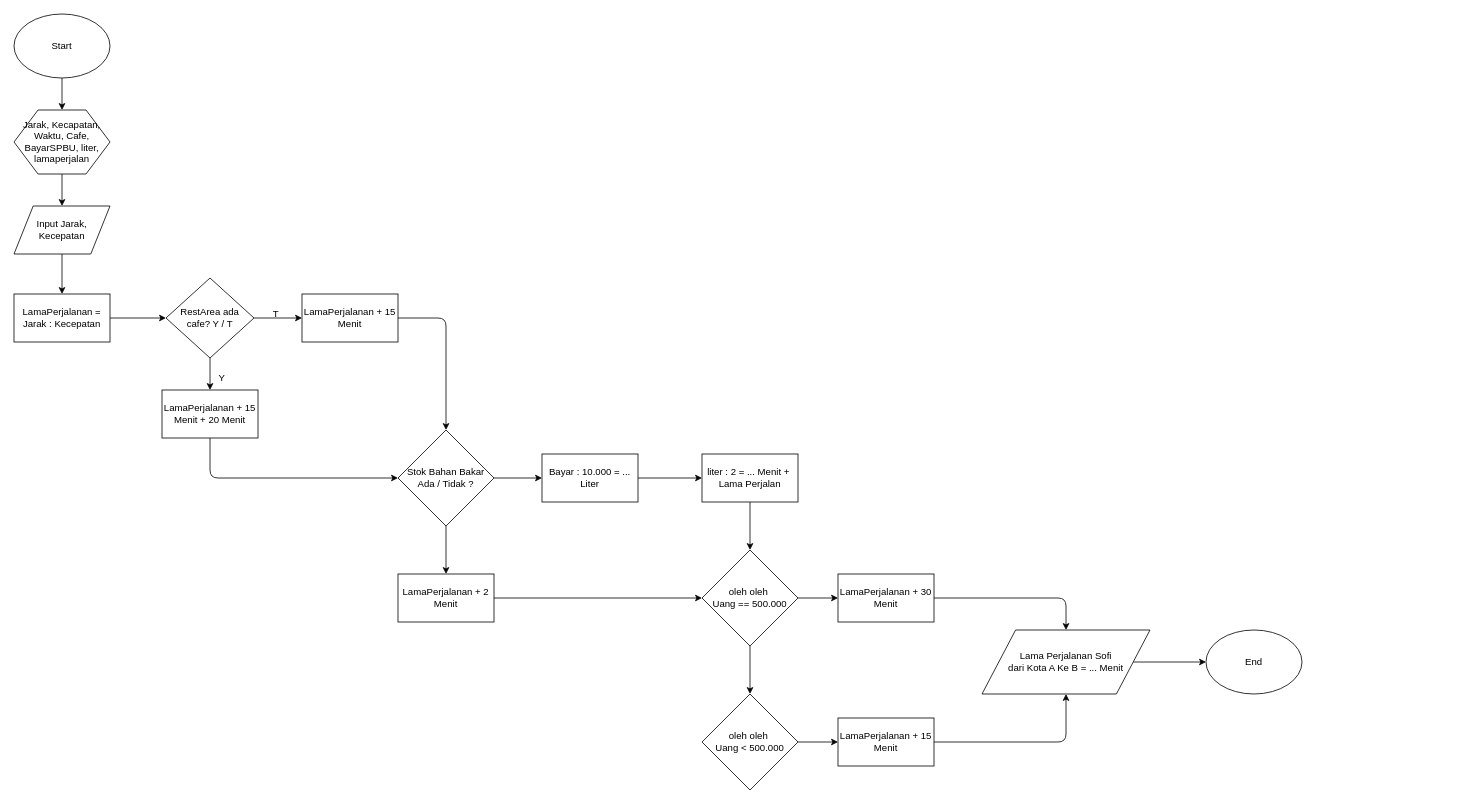
This is Soal Ke - 4.drawio from suryaindra23/belajar, a draw.io file, before an edit. Source tidied: cells renumbered, new cells numbered last; positions are measured from the earlier drawing's top-left corner, leaving out a move shared by most shapes. Both pictures are drawn from the tidied source at 80%, with x=0, y=0 at pixel (14, 14).
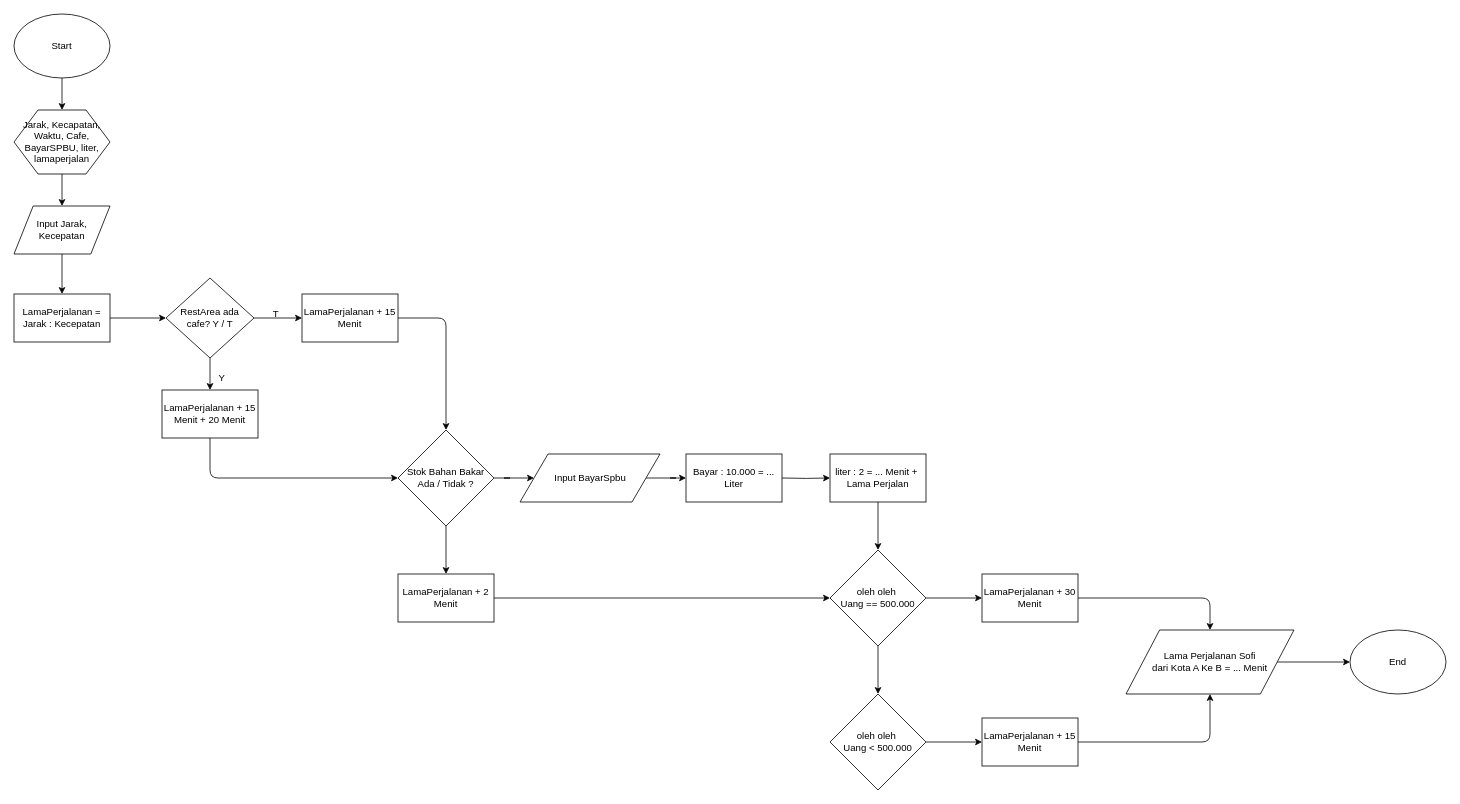
The same diagram, later.

Unchanged cells that the change refers to:
```xml
<mxCell id="19" value="Stok Bahan Bakar&lt;br&gt;Ada / Tidak ?" style="rhombus;whiteSpace=wrap;html=1;" parent="1" vertex="1">
  <mxGeometry x="480" y="520" width="120" height="120" as="geometry" />
</mxCell>
```

Diff of the diagram source:
```diff
@@
-    <mxCell id="18" style="edgeStyle=orthogonalEdgeStyle;rounded=0;jettySize=auto;html=1;" parent="1" edge="1" source="19" target="24">
-      <mxGeometry relative="1" as="geometry" />
-    </mxCell>
+    <mxCell id="40" style="edgeStyle=orthogonalEdgeStyle;rounded=0;jettySize=auto;html=1;" parent="1" edge="1" source="19" target="42">
+      <mxGeometry relative="1" as="geometry" />
+    </mxCell>
@@
-    <mxCell id="23" style="edgeStyle=orthogonalEdgeStyle;rounded=0;jettySize=auto;html=1;" parent="1" edge="1" source="24" target="26">
-      <mxGeometry relative="1" as="geometry" />
+    <mxCell id="23" style="edgeStyle=orthogonalEdgeStyle;rounded=0;jettySize=auto;html=1;" parent="1" edge="1" target="26">
+      <mxGeometry relative="1" as="geometry">
+        <mxPoint x="960" y="580" as="sourcePoint" />
+      </mxGeometry>
     </mxCell>
     <mxCell id="24" value="Bayar : 10.000 = ... Liter" style="rounded=0;whiteSpace=wrap;html=1;" parent="1" vertex="1">
-      <mxGeometry x="660" y="550" width="120" height="60" as="geometry" />
+      <mxGeometry x="840" y="550" width="120" height="60" as="geometry" />
     </mxCell>
@@
     <mxCell id="26" value="liter : 2 = ... Menit +&amp;nbsp;&lt;br&gt;Lama Perjalan" style="rounded=0;whiteSpace=wrap;html=1;" parent="1" vertex="1">
-      <mxGeometry x="860" y="550" width="120" height="60" as="geometry" />
+      <mxGeometry x="1020" y="550" width="120" height="60" as="geometry" />
     </mxCell>
@@
     <mxCell id="29" value="oleh oleh&amp;nbsp;&lt;br&gt;Uang == 500.000" style="rhombus;whiteSpace=wrap;html=1;" parent="1" vertex="1">
-      <mxGeometry x="860" y="670" width="120" height="120" as="geometry" />
+      <mxGeometry x="1020" y="670" width="120" height="120" as="geometry" />
     </mxCell>
@@
     <mxCell id="31" value="oleh oleh&amp;nbsp;&lt;br&gt;Uang &amp;lt; 500.000" style="rhombus;whiteSpace=wrap;html=1;" parent="1" vertex="1">
-      <mxGeometry x="860" y="850" width="120" height="120" as="geometry" />
+      <mxGeometry x="1020" y="850" width="120" height="120" as="geometry" />
     </mxCell>
@@
     <mxCell id="33" value="LamaPerjalanan + 30 Menit" style="rounded=0;whiteSpace=wrap;html=1;" parent="1" vertex="1">
-      <mxGeometry x="1030" y="700" width="120" height="60" as="geometry" />
+      <mxGeometry x="1210" y="700" width="120" height="60" as="geometry" />
     </mxCell>
     <mxCell id="34" value="LamaPerjalanan + 15 Menit" style="rounded=0;whiteSpace=wrap;html=1;" parent="1" vertex="1">
-      <mxGeometry x="1030" y="880" width="120" height="60" as="geometry" />
+      <mxGeometry x="1210" y="880" width="120" height="60" as="geometry" />
     </mxCell>
@@
     <mxCell id="36" value="Lama Perjalanan Sofi &lt;br&gt;dari Kota A Ke B = ... Menit" style="shape=parallelogram;perimeter=parallelogramPerimeter;whiteSpace=wrap;html=1;" parent="1" vertex="1">
-      <mxGeometry x="1210" y="770" width="210" height="80" as="geometry" />
+      <mxGeometry x="1390" y="770" width="210" height="80" as="geometry" />
     </mxCell>
     <mxCell id="37" style="edgeStyle=elbowEdgeStyle;elbow=horizontal;endArrow=classic;html=1;exitX=1;exitY=0.5;exitDx=0;exitDy=0;entryX=0.5;entryY=1;entryDx=0;entryDy=0;" parent="1" edge="1" source="34" target="36">
       <mxGeometry relative="1" as="geometry">
         <Array as="points">
-          <mxPoint x="1315" y="880" />
+          <mxPoint x="1495" y="880" />
         </Array>
       </mxGeometry>
     </mxCell>
     <mxCell id="38" style="edgeStyle=elbowEdgeStyle;elbow=horizontal;endArrow=classic;html=1;exitX=1;exitY=0.5;exitDx=0;exitDy=0;entryX=0.5;entryY=0;entryDx=0;entryDy=0;" parent="1" edge="1" source="33" target="36">
       <mxGeometry relative="1" as="geometry">
         <Array as="points">
-          <mxPoint x="1315" y="750" />
+          <mxPoint x="1495" y="750" />
         </Array>
       </mxGeometry>
     </mxCell>
     <mxCell id="39" value="End" style="ellipse;whiteSpace=wrap;html=1;" parent="1" vertex="1">
-      <mxGeometry x="1490" y="770" width="120" height="80" as="geometry" />
+      <mxGeometry x="1670" y="770" width="120" height="80" as="geometry" />
     </mxCell>
+    <mxCell id="41" style="edgeStyle=orthogonalEdgeStyle;rounded=0;jettySize=auto;html=1;" parent="1" edge="1" source="42" target="24">
+      <mxGeometry relative="1" as="geometry" />
+    </mxCell>
+    <mxCell id="42" value="Input BayarSpbu" style="shape=parallelogram;perimeter=parallelogramPerimeter;whiteSpace=wrap;html=1;" parent="1" vertex="1">
+      <mxGeometry x="632.5" y="550" width="175" height="60" as="geometry" />
+    </mxCell>
```
